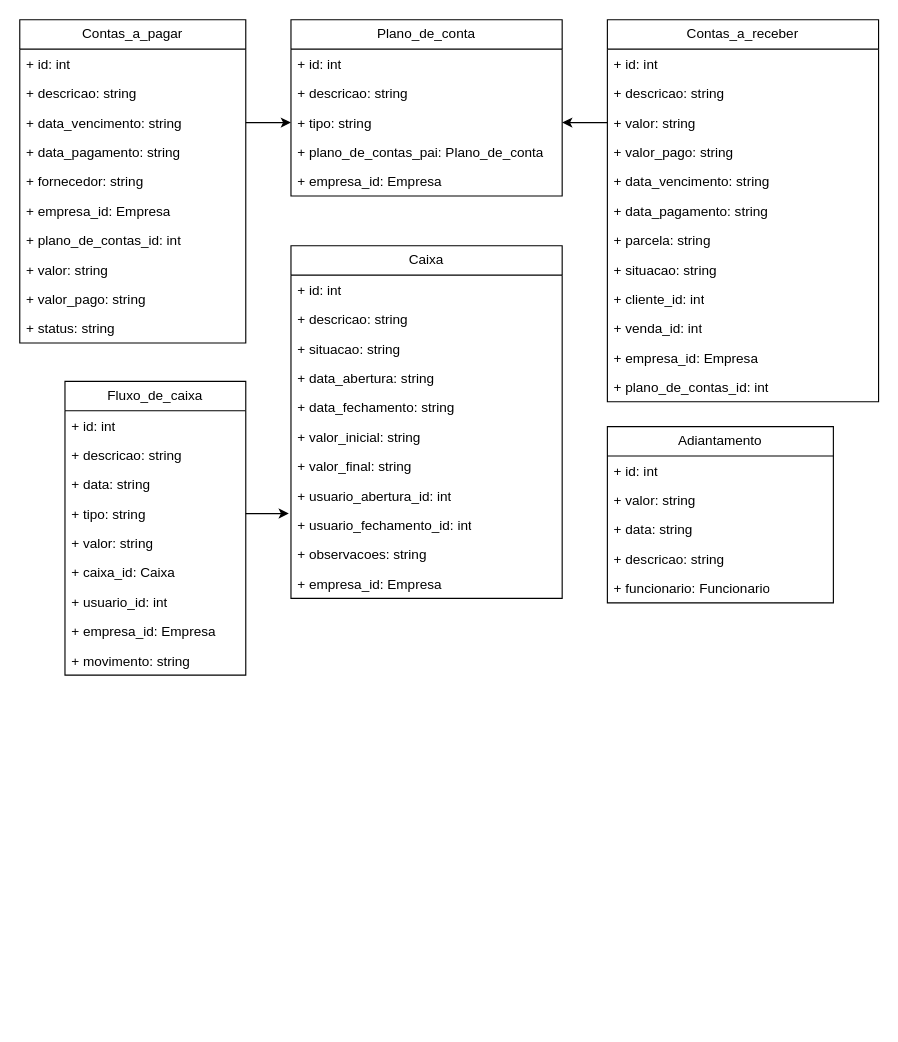
Before: page "Financeiro" (2 of 4) of Diagrama sem nome.drawio in FSOFTSistemas/Lago, a draw.io diagram. Source tidied: cells renumbered, new cells numbered last; positions are measured from the earlier drawing's top-left corner, leaving out a move shared by most shapes. Both pictures are drawn from the tidied source at 113%, with x=0, y=0 at pixel (19, 19).
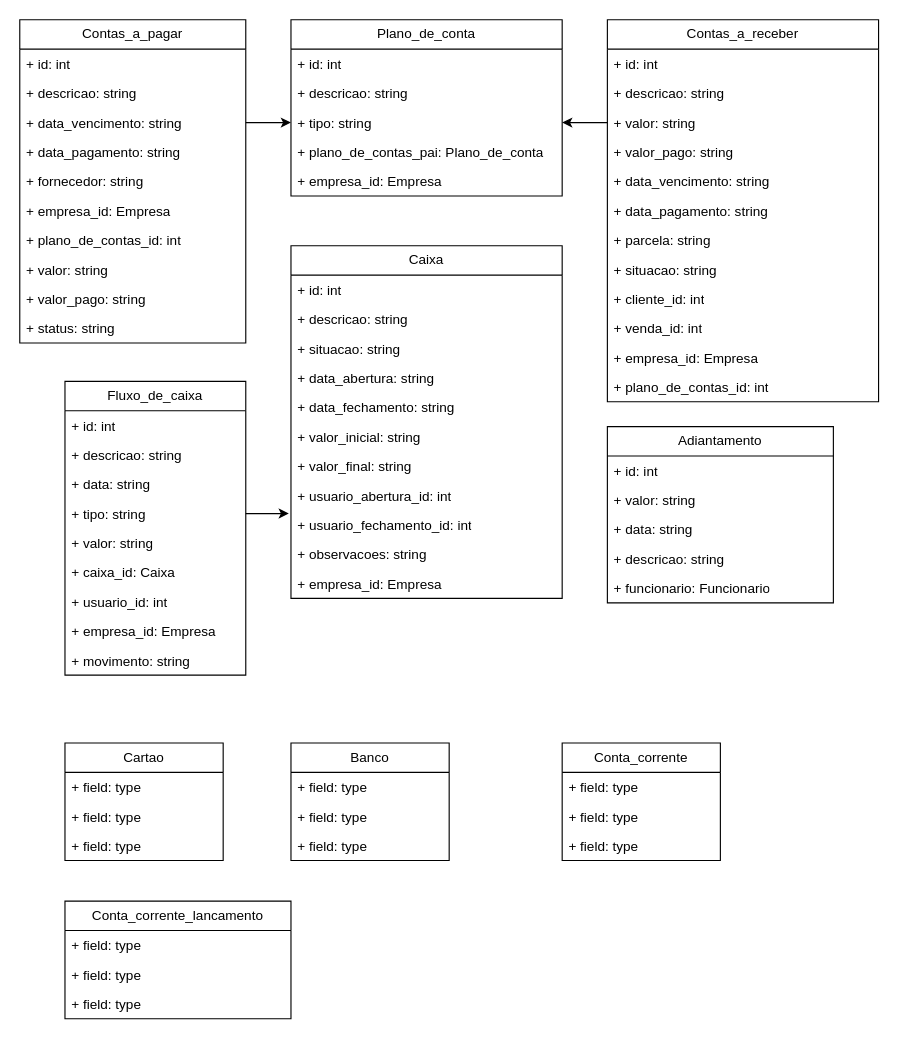
Above is the later version.

Change to the diagram source:
```diff
@@
+    <mxCell id="63" value="Cartao" style="swimlane;fontStyle=0;horizontal=1;startSize=26;fillColor=none;whiteSpace=wrap;html=1;" parent="1" vertex="1">
+      <mxGeometry x="40" y="640" width="140" height="104" as="geometry" />
+    </mxCell>
+    <mxCell id="64" value="+ field: type" style="text;strokeColor=none;fillColor=none;align=left;verticalAlign=top;spacingLeft=4;spacingRight=4;overflow=hidden;whiteSpace=wrap;html=1;" parent="63" vertex="1">
+      <mxGeometry y="26" width="140" height="26" as="geometry" />
+    </mxCell>
+    <mxCell id="65" value="+ field: type" style="text;strokeColor=none;fillColor=none;align=left;verticalAlign=top;spacingLeft=4;spacingRight=4;overflow=hidden;whiteSpace=wrap;html=1;" parent="63" vertex="1">
+      <mxGeometry y="52" width="140" height="26" as="geometry" />
+    </mxCell>
+    <mxCell id="66" value="+ field: type" style="text;strokeColor=none;fillColor=none;align=left;verticalAlign=top;spacingLeft=4;spacingRight=4;overflow=hidden;whiteSpace=wrap;html=1;" parent="63" vertex="1">
+      <mxGeometry y="78" width="140" height="26" as="geometry" />
+    </mxCell>
+    <mxCell id="67" value="Banco" style="swimlane;fontStyle=0;horizontal=1;startSize=26;fillColor=none;whiteSpace=wrap;html=1;" parent="1" vertex="1">
+      <mxGeometry x="240" y="640" width="140" height="104" as="geometry" />
+    </mxCell>
+    <mxCell id="68" value="+ field: type" style="text;strokeColor=none;fillColor=none;align=left;verticalAlign=top;spacingLeft=4;spacingRight=4;overflow=hidden;whiteSpace=wrap;html=1;" parent="67" vertex="1">
+      <mxGeometry y="26" width="140" height="26" as="geometry" />
+    </mxCell>
+    <mxCell id="69" value="+ field: type" style="text;strokeColor=none;fillColor=none;align=left;verticalAlign=top;spacingLeft=4;spacingRight=4;overflow=hidden;whiteSpace=wrap;html=1;" parent="67" vertex="1">
+      <mxGeometry y="52" width="140" height="26" as="geometry" />
+    </mxCell>
+    <mxCell id="70" value="+ field: type" style="text;strokeColor=none;fillColor=none;align=left;verticalAlign=top;spacingLeft=4;spacingRight=4;overflow=hidden;whiteSpace=wrap;html=1;" parent="67" vertex="1">
+      <mxGeometry y="78" width="140" height="26" as="geometry" />
+    </mxCell>
+    <mxCell id="71" value="Conta_corrente" style="swimlane;fontStyle=0;horizontal=1;startSize=26;fillColor=none;whiteSpace=wrap;html=1;" parent="1" vertex="1">
+      <mxGeometry x="480" y="640" width="140" height="104" as="geometry" />
+    </mxCell>
+    <mxCell id="72" value="+ field: type" style="text;strokeColor=none;fillColor=none;align=left;verticalAlign=top;spacingLeft=4;spacingRight=4;overflow=hidden;whiteSpace=wrap;html=1;" parent="71" vertex="1">
+      <mxGeometry y="26" width="140" height="26" as="geometry" />
+    </mxCell>
+    <mxCell id="73" value="+ field: type" style="text;strokeColor=none;fillColor=none;align=left;verticalAlign=top;spacingLeft=4;spacingRight=4;overflow=hidden;whiteSpace=wrap;html=1;" parent="71" vertex="1">
+      <mxGeometry y="52" width="140" height="26" as="geometry" />
+    </mxCell>
+    <mxCell id="74" value="+ field: type" style="text;strokeColor=none;fillColor=none;align=left;verticalAlign=top;spacingLeft=4;spacingRight=4;overflow=hidden;whiteSpace=wrap;html=1;" parent="71" vertex="1">
+      <mxGeometry y="78" width="140" height="26" as="geometry" />
+    </mxCell>
+    <mxCell id="75" value="Conta_corrente_lancamento" style="swimlane;fontStyle=0;horizontal=1;startSize=26;fillColor=none;whiteSpace=wrap;html=1;" parent="1" vertex="1">
+      <mxGeometry x="40" y="780" width="200" height="104" as="geometry" />
+    </mxCell>
+    <mxCell id="76" value="+ field: type" style="text;strokeColor=none;fillColor=none;align=left;verticalAlign=top;spacingLeft=4;spacingRight=4;overflow=hidden;whiteSpace=wrap;html=1;" parent="75" vertex="1">
+      <mxGeometry y="26" width="200" height="26" as="geometry" />
+    </mxCell>
+    <mxCell id="77" value="+ field: type" style="text;strokeColor=none;fillColor=none;align=left;verticalAlign=top;spacingLeft=4;spacingRight=4;overflow=hidden;whiteSpace=wrap;html=1;" parent="75" vertex="1">
+      <mxGeometry y="52" width="200" height="26" as="geometry" />
+    </mxCell>
+    <mxCell id="78" value="+ field: type" style="text;strokeColor=none;fillColor=none;align=left;verticalAlign=top;spacingLeft=4;spacingRight=4;overflow=hidden;whiteSpace=wrap;html=1;" parent="75" vertex="1">
+      <mxGeometry y="78" width="200" height="26" as="geometry" />
+    </mxCell>
```
